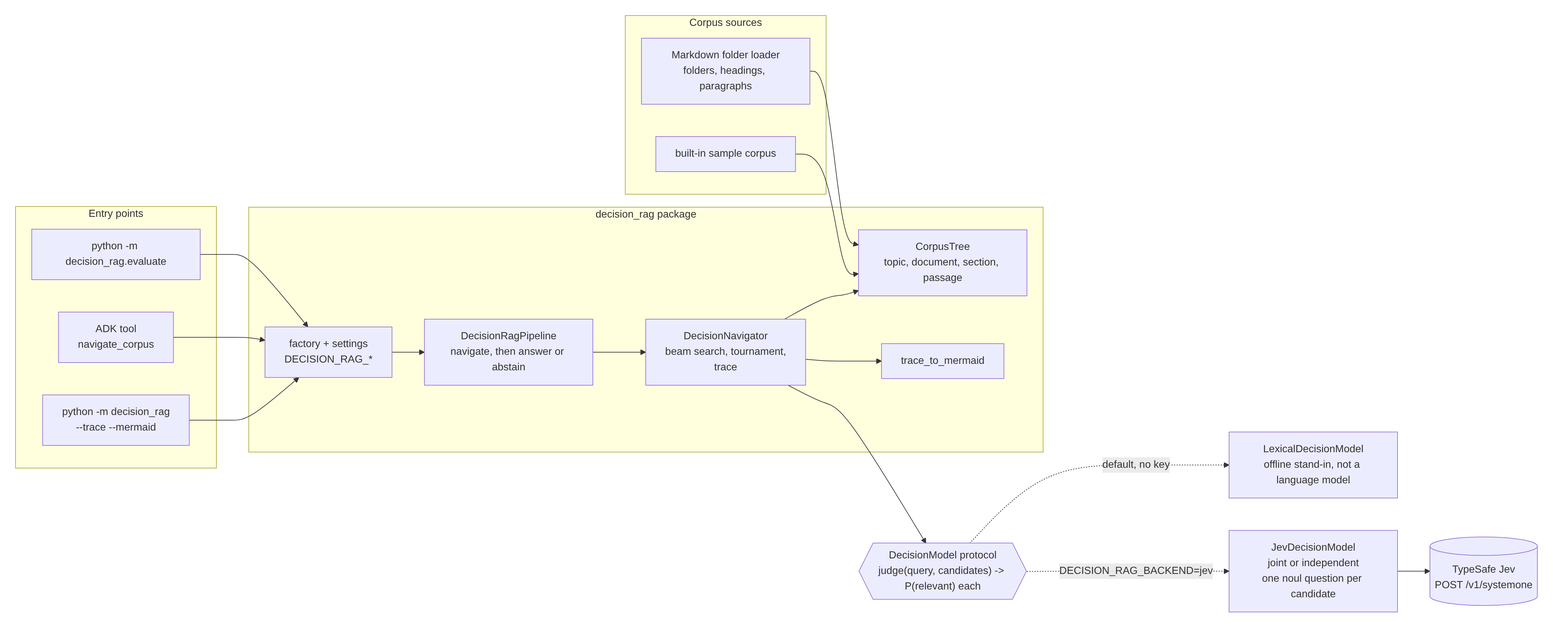
biswajitNanda223/AgentVerse keeps this Mermaid diagram as agents/decision_rag/docs/images/04-architecture.png. Above is the earlier version. Its source is kept beside it as agents/decision_rag/docs/diagrams/04-architecture.mmd. Its diagram source:
```mermaid
flowchart LR
  subgraph Entry["Entry points"]
    CLI["python -m decision_rag<br/>--trace --mermaid"]
    Tool["ADK tool<br/>navigate_corpus"]
    Eval["python -m decision_rag.evaluate"]
  end
  subgraph Core["decision_rag package"]
    Factory["factory + settings<br/>DECISION_RAG_*"]
    Pipe["DecisionRagPipeline<br/>navigate, then answer or abstain"]
    Nav["DecisionNavigator<br/>beam search, tournament,<br/>trace"]
    Tree["CorpusTree<br/>topic, document, section, passage"]
    Mer["trace_to_mermaid"]
  end
  subgraph Sources["Corpus sources"]
    Sample["built-in sample corpus"]
    Md["Markdown folder loader<br/>folders, headings, paragraphs"]
  end
  Port{{"DecisionModel protocol<br/>judge(query, candidates) -> P(relevant) each"}}
  Lex["LexicalDecisionModel<br/>offline stand-in, not a language model"]
  Jev["JevDecisionModel<br/>joint or independent<br/>one noul question per candidate"]
  Ext[("TypeSafe Jev<br/>POST /v1/systemone")]
  CLI --> Factory
  Tool --> Factory
  Eval --> Factory
  Factory --> Pipe --> Nav
  Nav --> Tree
  Sample --> Tree
  Md --> Tree
  Nav --> Port
  Port -.->|"default, no key"| Lex
  Port -.->|"DECISION_RAG_BACKEND=jev"| Jev
  Jev --> Ext
  Nav --> Mer
```
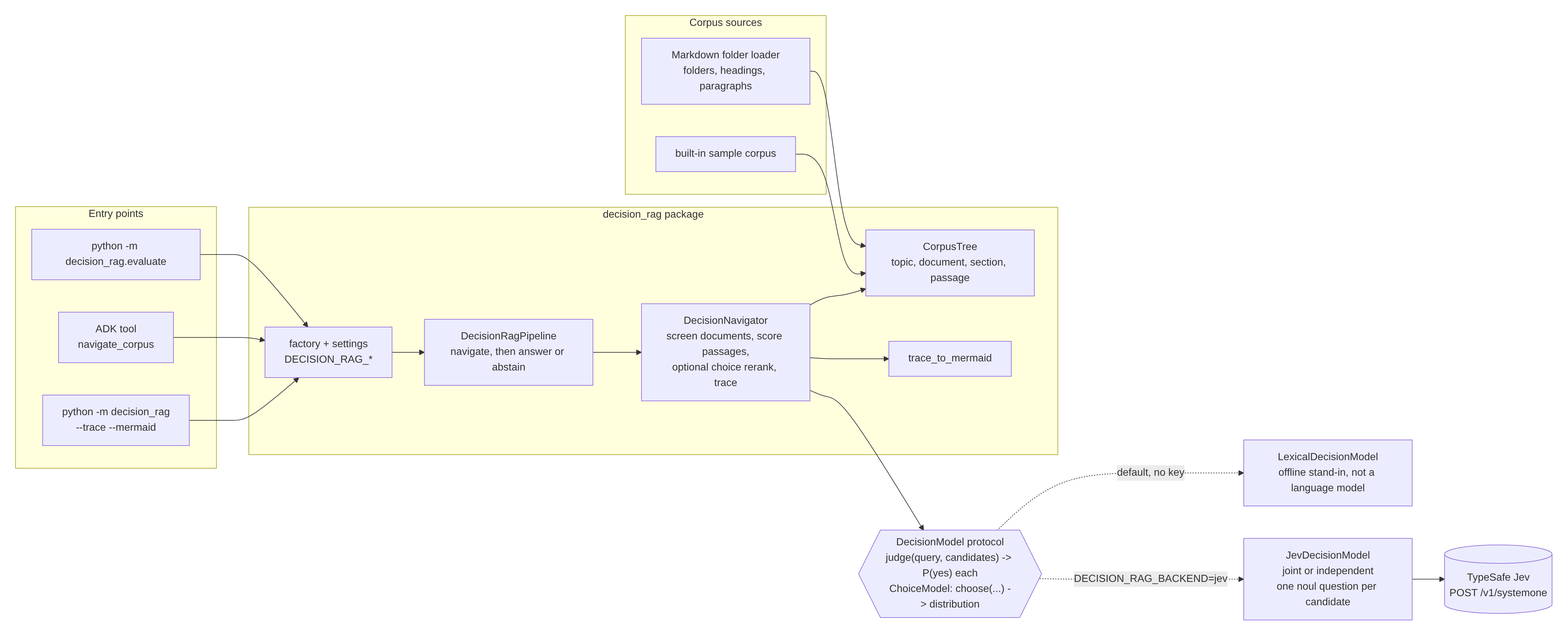
After the change.

Change to the diagram source:
```diff
@@ -7,7 +7,7 @@
   subgraph Core["decision_rag package"]
     Factory["factory + settings<br/>DECISION_RAG_*"]
     Pipe["DecisionRagPipeline<br/>navigate, then answer or abstain"]
-    Nav["DecisionNavigator<br/>beam search, tournament,<br/>trace"]
+    Nav["DecisionNavigator<br/>screen documents, score passages,<br/>optional choice rerank, trace"]
     Tree["CorpusTree<br/>topic, document, section, passage"]
     Mer["trace_to_mermaid"]
   end
@@ -15,7 +15,7 @@
     Sample["built-in sample corpus"]
     Md["Markdown folder loader<br/>folders, headings, paragraphs"]
   end
-  Port{{"DecisionModel protocol<br/>judge(query, candidates) -> P(relevant) each"}}
+  Port{{"DecisionModel protocol<br/>judge(query, candidates) -> P(yes) each<br/>ChoiceModel: choose(...) -> distribution"}}
   Lex["LexicalDecisionModel<br/>offline stand-in, not a language model"]
   Jev["JevDecisionModel<br/>joint or independent<br/>one noul question per candidate"]
   Ext[("TypeSafe Jev<br/>POST /v1/systemone")]
```
